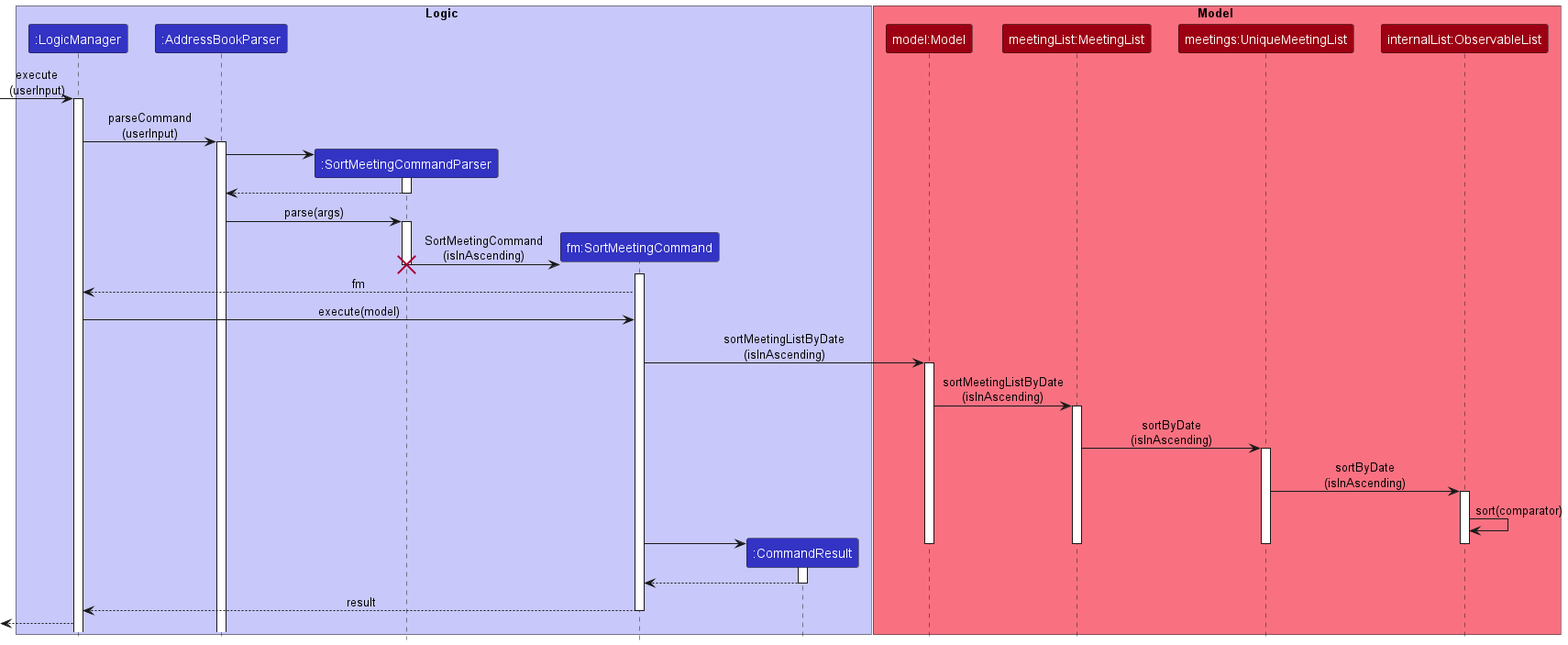
Before: docs/images/SortMeetingSequenceDiagram.png, a diagram exported from PlantUML (nus-cs2103-AY2223S1/tp). Source of this version:
```plantuml
@startuml
!include style.puml

box Logic LOGIC_COLOR_T1
participant ":LogicManager" as LogicManager LOGIC_COLOR
participant ":AddressBookParser" as AddressBookParser LOGIC_COLOR
participant ":SortMeetingCommandParser" as SortMeetingCommandParser LOGIC_COLOR
participant "fm:SortMeetingCommand" as SortMeetingCommand LOGIC_COLOR
participant ":CommandResult" as CommandResult LOGIC_COLOR
end box

box Model MODEL_COLOR_T1
participant "model:Model" as Model MODEL_COLOR
participant "meetingList:MeetingList" as MeetingList MODEL_COLOR
participant "meetings:UniqueMeetingList" as UniqueMeetingList MODEL_COLOR
participant "internalList:ObservableList" as ObservableList MODEL_COLOR

end box

[-> LogicManager : execute\n(userInput)
activate LogicManager

LogicManager -> AddressBookParser : parseCommand\n(userInput)
activate AddressBookParser

create SortMeetingCommandParser
AddressBookParser -> SortMeetingCommandParser
activate SortMeetingCommandParser
SortMeetingCommandParser --> AddressBookParser
deactivate SortMeetingCommandParser


AddressBookParser -> SortMeetingCommandParser : parse(args)
activate SortMeetingCommandParser

create SortMeetingCommand
SortMeetingCommandParser -> SortMeetingCommand : SortMeetingCommand\n(isInAscending)
deactivate SortMeetingCommandParser

activate SortMeetingCommand
destroy SortMeetingCommandParser
SortMeetingCommand --> LogicManager : fm
SortMeetingCommand <- LogicManager : execute(model)
SortMeetingCommand -> Model : sortMeetingListByDate\n(isInAscending)
activate Model


Model -> MeetingList : sortMeetingListByDate\n(isInAscending)
activate MeetingList
MeetingList -> UniqueMeetingList : sortByDate\n(isInAscending)
activate UniqueMeetingList

UniqueMeetingList -> ObservableList : sortByDate\n(isInAscending)
activate ObservableList
ObservableList -> ObservableList : sort(comparator)


create CommandResult
SortMeetingCommand -> CommandResult
deactivate ObservableList
deactivate UniqueMeetingList
deactivate MeetingList
deactivate Model

activate CommandResult
CommandResult --> SortMeetingCommand
deactivate CommandResult
SortMeetingCommand --> LogicManager : result
deactivate SortMeetingCommand

[<--LogicManager

@enduml
```
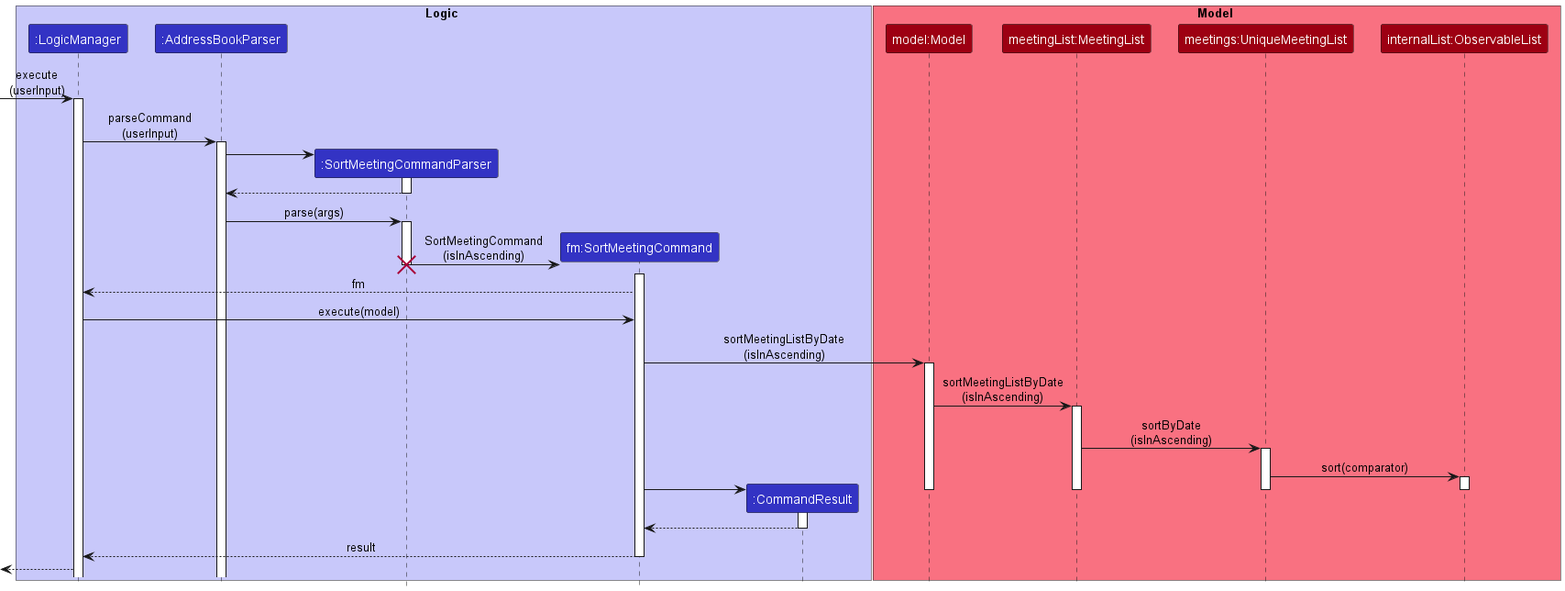
Later version of the same file.

Commit message:
sort meetings diagram fix

What changed in the source:
```diff
@@ -50,10 +50,8 @@
 MeetingList -> UniqueMeetingList : sortByDate\n(isInAscending)
 activate UniqueMeetingList
 
-UniqueMeetingList -> ObservableList : sortByDate\n(isInAscending)
+UniqueMeetingList -> ObservableList : sort(comparator)
 activate ObservableList
-ObservableList -> ObservableList : sort(comparator)
-
 
 create CommandResult
 SortMeetingCommand -> CommandResult
```
